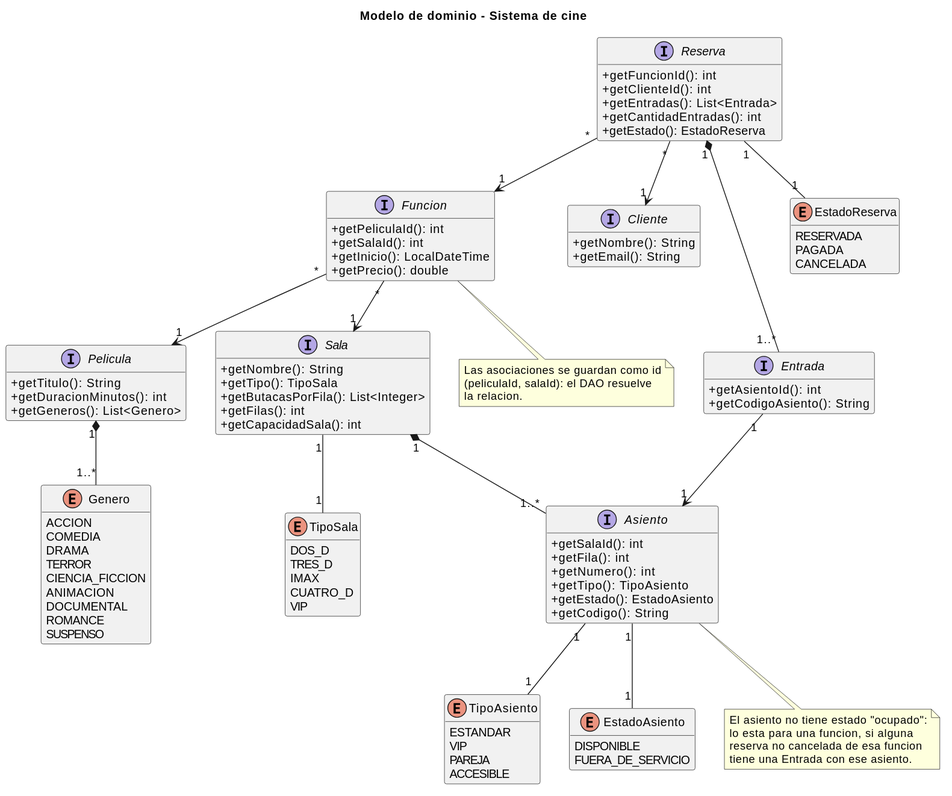
andreiveisuade/cine-uade keeps this PlantUML diagram as cine-backend/docs/diagramas/clases-dominio.svg. Above is the earlier version.
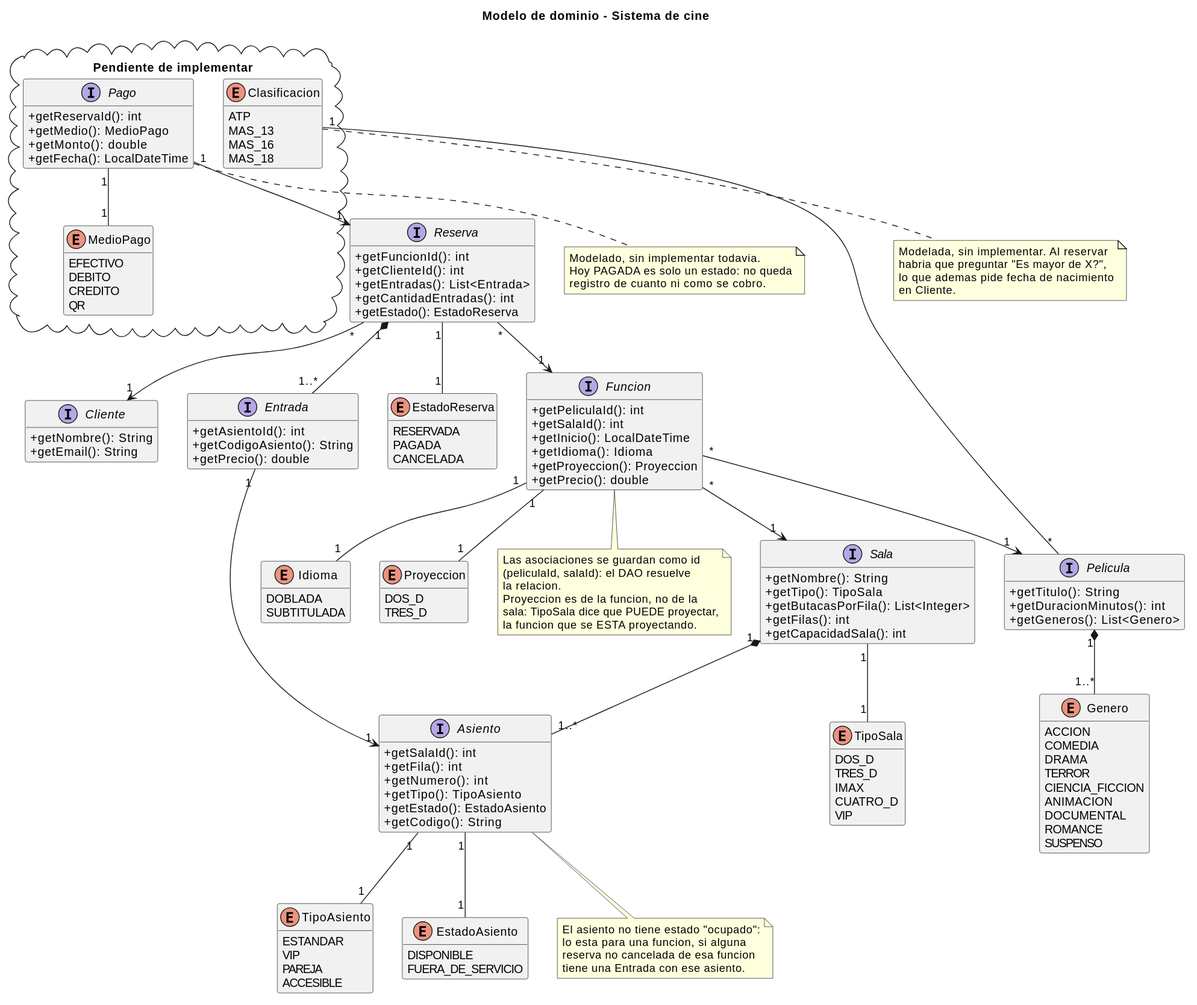
Above is the later version.

What changed in the source:
```diff
@@ -31,6 +31,8 @@
   +getPeliculaId(): int
   +getSalaId(): int
   +getInicio(): LocalDateTime
+  +getIdioma(): Idioma
+  +getProyeccion(): Proyeccion
   +getPrecio(): double
 }
 
@@ -50,6 +52,7 @@
 interface Entrada {
   +getAsientoId(): int
   +getCodigoAsiento(): String
+  +getPrecio(): double
 }
 
 enum Genero {
@@ -84,6 +87,16 @@
   FUERA_DE_SERVICIO
 }
 
+enum Idioma {
+  DOBLADA
+  SUBTITULADA
+}
+
+enum Proyeccion {
+  DOS_D
+  TRES_D
+}
+
 enum EstadoReserva {
   RESERVADA
   PAGADA
@@ -95,6 +108,8 @@
 Asiento "1" -- "1" TipoAsiento
 Asiento "1" -- "1" EstadoAsiento
 Reserva "1" -- "1" EstadoReserva
+Funcion "1" -- "1" Idioma
+Funcion "1" -- "1" Proyeccion
 
 Sala "1" *-- "1..*" Asiento
 Reserva "1" *-- "1..*" Entrada
@@ -116,5 +131,48 @@
   Las asociaciones se guardan como id
   (peliculaId, salaId): el DAO resuelve
   la relacion.
+  Proyeccion es de la funcion, no de la
+  sala: TipoSala dice que PUEDE proyectar,
+  la funcion que se ESTA proyectando.
+end note
+
+package "Pendiente de implementar" <<Cloud>> {
+  interface Pago {
+    +getReservaId(): int
+    +getMedio(): MedioPago
+    +getMonto(): double
+    +getFecha(): LocalDateTime
+  }
+
+  enum MedioPago {
+    EFECTIVO
+    DEBITO
+    CREDITO
+    QR
+  }
+
+  enum Clasificacion {
+    ATP
+    MAS_13
+    MAS_16
+    MAS_18
+  }
+}
+
+Pago "1" --> "1" Reserva
+Pago "1" -- "1" MedioPago
+Clasificacion "1" -- "*" Pelicula
+
+note bottom of Pago
+  Modelado, sin implementar todavia.
+  Hoy PAGADA es solo un estado: no queda
+  registro de cuanto ni como se cobro.
+end note
+
+note bottom of Clasificacion
+  Modelada, sin implementar. Al reservar
+  habria que preguntar "Es mayor de X?",
+  lo que ademas pide fecha de nacimiento
+  en Cliente.
 end note
 @enduml
```
